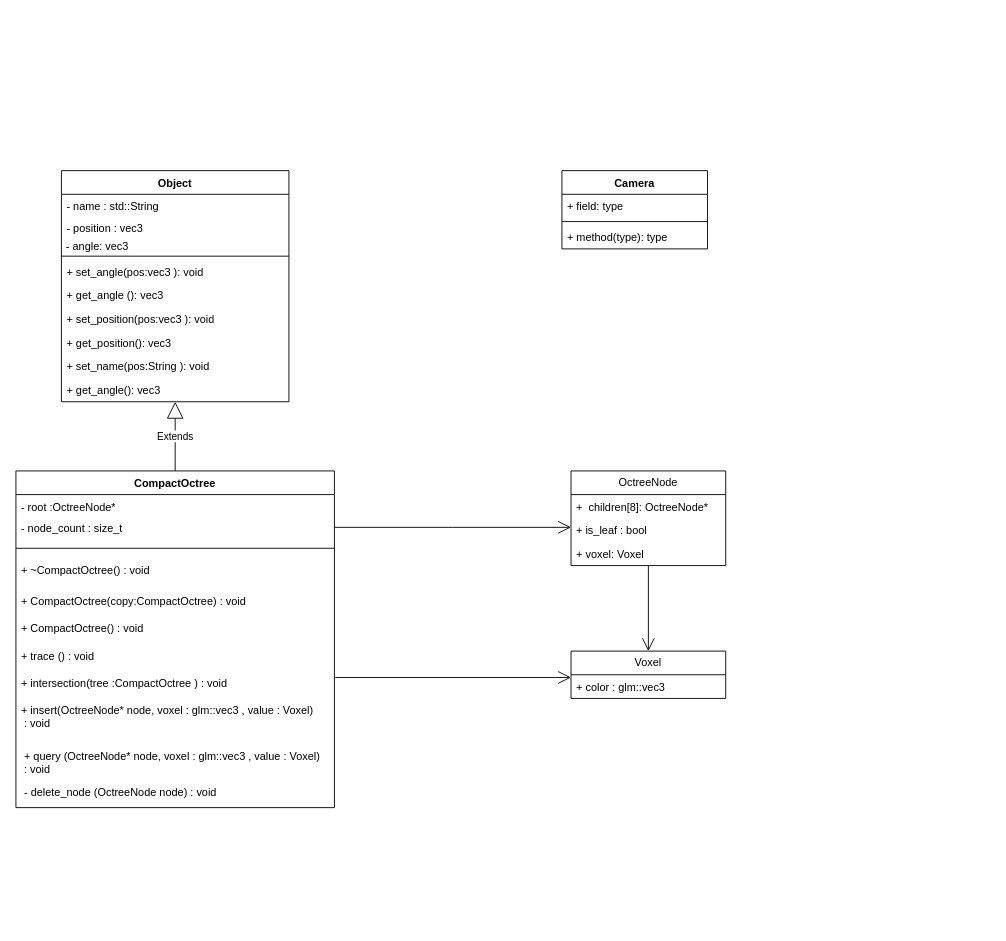
The draw.io diagram page "Core" (1 of 4) of doc/VoxelEngine.drawio in cpp-park-vk-education/2023_1_Blockify, before the edit. Source tidied: cells renumbered, new cells numbered last; positions are measured from the earlier drawing's top-left corner, leaving out a move shared by most shapes. Both pictures are drawn from the tidied source at 91%, with x=0, y=0 at pixel (15, 170).
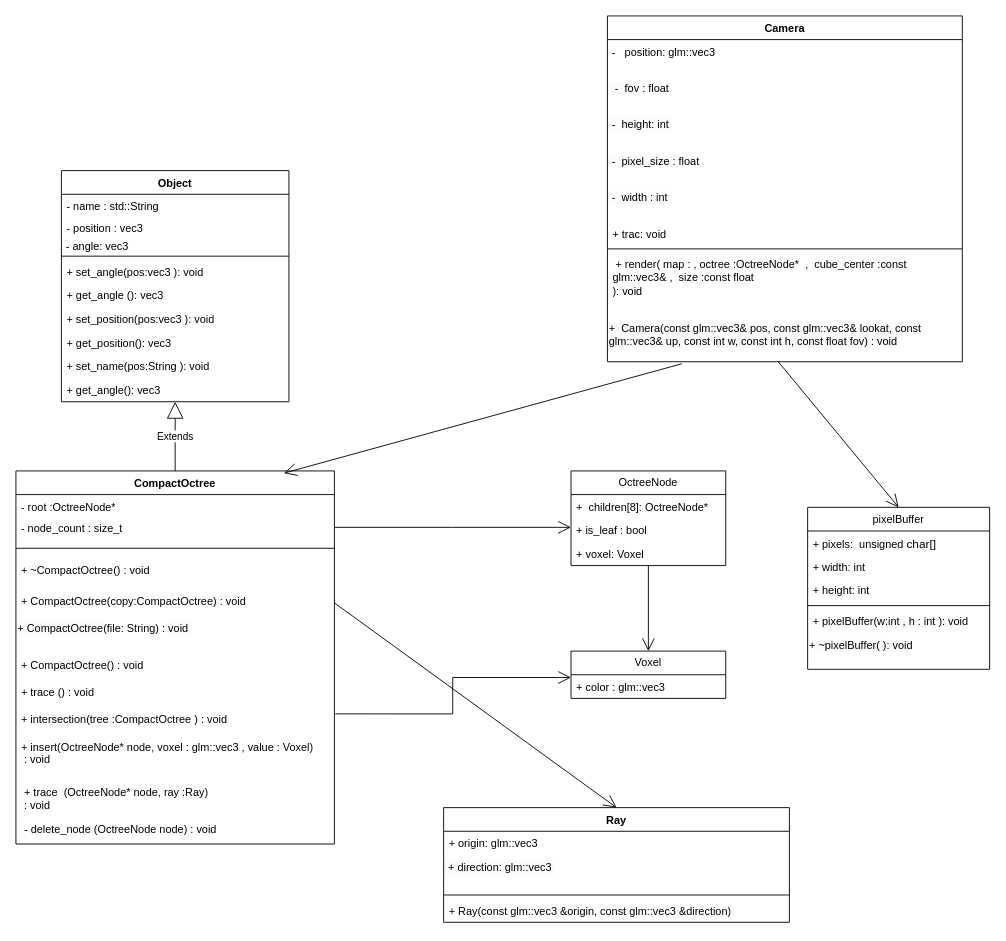
Above is the later version.

The change refers to these unchanged cells:
```xml
<mxCell id="7" value="+ CompactOctree(copy:CompactOctree) :&amp;nbsp;void&amp;nbsp;" style="text;strokeColor=none;fillColor=none;align=left;verticalAlign=top;spacingLeft=4;spacingRight=4;overflow=hidden;points=[[0,0.5],[1,0.5]];portConstraint=eastwest;whiteSpace=wrap;html=1;" parent="2" vertex="1">
  <mxGeometry y="130" width="350" height="30" as="geometry" />
</mxCell>
```

What changed in the source:
```diff
@@
     <mxCell id="2" value="CompactOctree" style="swimlane;fontStyle=1;align=center;verticalAlign=top;horizontal=1;startSize=26;whiteSpace=wrap;html=1;" parent="1" vertex="1">
-      <mxGeometry y="330" width="350" height="370" as="geometry" />
+      <mxGeometry y="330" width="350" height="410" as="geometry" />
     </mxCell>
@@
+    <mxCell id="39" value="&lt;span style=&quot;color: rgb(0, 0, 0); font-family: Helvetica; font-size: 12px; font-style: normal; font-variant-ligatures: normal; font-variant-caps: normal; font-weight: 400; letter-spacing: normal; orphans: 2; text-align: left; text-indent: 0px; text-transform: none; widows: 2; word-spacing: 0px; -webkit-text-stroke-width: 0px; background-color: rgb(251, 251, 251); text-decoration-thickness: initial; text-decoration-style: initial; text-decoration-color: initial; float: none; display: inline !important;&quot;&gt;+&amp;nbsp;CompactOctree&lt;/span&gt;&lt;span style=&quot;border-color: var(--border-color); color: rgb(0, 0, 0); font-family: Helvetica; font-size: 12px; font-style: normal; font-variant-ligatures: normal; font-variant-caps: normal; font-weight: 400; letter-spacing: normal; orphans: 2; text-align: left; text-indent: 0px; text-transform: none; widows: 2; word-spacing: 0px; -webkit-text-stroke-width: 0px; background-color: initial; text-decoration-thickness: initial; text-decoration-style: initial; text-decoration-color: initial;&quot;&gt;(file: String) :&amp;nbsp;&lt;/span&gt;&lt;span style=&quot;color: rgb(0, 0, 0); font-family: Helvetica; font-size: 12px; font-style: normal; font-variant-ligatures: normal; font-variant-caps: normal; font-weight: 400; letter-spacing: normal; orphans: 2; text-align: left; text-indent: 0px; text-transform: none; widows: 2; word-spacing: 0px; -webkit-text-stroke-width: 0px; background-color: rgb(251, 251, 251); text-decoration-thickness: initial; text-decoration-style: initial; text-decoration-color: initial; float: none; display: inline !important;&quot;&gt;void&amp;nbsp;&lt;/span&gt;" style="text;whiteSpace=wrap;html=1;" parent="2" vertex="1">
+      <mxGeometry y="160" width="350" height="40" as="geometry" />
+    </mxCell>
     <mxCell id="8" value="+&amp;nbsp;CompactOctree&lt;span style=&quot;background-color: initial;&quot;&gt;() :&amp;nbsp;&lt;/span&gt;void&amp;nbsp;" style="text;strokeColor=none;fillColor=none;align=left;verticalAlign=top;spacingLeft=4;spacingRight=4;overflow=hidden;whiteSpace=wrap;html=1;" parent="2" vertex="1">
-      <mxGeometry y="160" width="350" height="30" as="geometry" />
+      <mxGeometry y="200" width="350" height="30" as="geometry" />
     </mxCell>
     <mxCell id="9" value="+ trace&amp;nbsp;&lt;span style=&quot;background-color: initial;&quot;&gt;() :&amp;nbsp;&lt;/span&gt;void&amp;nbsp;" style="text;strokeColor=none;fillColor=none;align=left;verticalAlign=top;spacingLeft=4;spacingRight=4;overflow=hidden;whiteSpace=wrap;html=1;" parent="2" vertex="1">
-      <mxGeometry y="190" width="350" height="30" as="geometry" />
+      <mxGeometry y="230" width="350" height="30" as="geometry" />
     </mxCell>
     <mxCell id="10" value="+&amp;nbsp;intersection&lt;span style=&quot;background-color: initial;&quot;&gt;(tree :CompactOctree&amp;nbsp;) :&amp;nbsp;&lt;/span&gt;&lt;span style=&quot;background-color: initial;&quot;&gt;void&amp;nbsp;&lt;/span&gt;" style="text;strokeColor=none;fillColor=none;align=left;verticalAlign=top;spacingLeft=4;spacingRight=4;overflow=hidden;points=[[0,0.5],[1,0.5]];portConstraint=eastwest;whiteSpace=wrap;html=1;" parent="2" vertex="1">
-      <mxGeometry y="220" width="350" height="30" as="geometry" />
+      <mxGeometry y="260" width="350" height="30" as="geometry" />
     </mxCell>
     <mxCell id="11" value="+&amp;nbsp;&lt;span style=&quot;background-color: initial;&quot;&gt;insert(OctreeNode* node, voxel : glm::vec3 , value : Voxel)&lt;br&gt;&amp;nbsp;:&amp;nbsp;&lt;/span&gt;void&amp;nbsp;" style="text;strokeColor=none;fillColor=none;align=left;verticalAlign=top;spacingLeft=4;spacingRight=4;overflow=hidden;whiteSpace=wrap;html=1;" parent="2" vertex="1">
-      <mxGeometry y="250" width="350" height="50" as="geometry" />
+      <mxGeometry y="290" width="350" height="50" as="geometry" />
     </mxCell>
-    <mxCell id="12" value="&amp;nbsp;+&amp;nbsp;query&amp;nbsp;(OctreeNode* node, voxel : glm::vec3 , value : Voxel)&lt;br style=&quot;border-color: var(--border-color);&quot;&gt;&amp;nbsp;:&amp;nbsp;void&amp;nbsp;" style="text;strokeColor=none;fillColor=none;align=left;verticalAlign=top;spacingLeft=4;spacingRight=4;overflow=hidden;whiteSpace=wrap;html=1;" parent="2" vertex="1">
-      <mxGeometry y="300" width="350" height="40" as="geometry" />
+    <mxCell id="12" value="&amp;nbsp;+ trace&amp;nbsp; (OctreeNode* node, ray :Ray)&lt;br style=&quot;border-color: var(--border-color);&quot;&gt;&amp;nbsp;:&amp;nbsp;void&amp;nbsp;" style="text;strokeColor=none;fillColor=none;align=left;verticalAlign=top;spacingLeft=4;spacingRight=4;overflow=hidden;whiteSpace=wrap;html=1;" parent="2" vertex="1">
+      <mxGeometry y="340" width="350" height="40" as="geometry" />
     </mxCell>
     <mxCell id="13" value="&amp;nbsp;-&amp;nbsp;delete_node&amp;nbsp;&lt;span style=&quot;background-color: initial;&quot;&gt;(OctreeNode node)&lt;/span&gt;&amp;nbsp;:&amp;nbsp;void&amp;nbsp;&lt;span style=&quot;background-color: initial;&quot;&gt;&lt;br&gt;&lt;/span&gt;" style="text;strokeColor=none;fillColor=none;align=left;verticalAlign=top;spacingLeft=4;spacingRight=4;overflow=hidden;whiteSpace=wrap;html=1;" parent="2" vertex="1">
-      <mxGeometry y="340" width="350" height="30" as="geometry" />
+      <mxGeometry y="380" width="350" height="30" as="geometry" />
     </mxCell>
@@
     <mxCell id="34" value="Camera" style="swimlane;fontStyle=1;align=center;verticalAlign=top;horizontal=1;startSize=26;whiteSpace=wrap;html=1;" parent="1" vertex="1">
-      <mxGeometry x="600" width="160" height="86" as="geometry" />
+      <mxGeometry x="650" y="-170" width="390" height="380" as="geometry" />
     </mxCell>
+    <mxCell id="40" value="&amp;nbsp;-&amp;nbsp; &amp;nbsp;position: glm::vec3" style="text;whiteSpace=wrap;html=1;" parent="34" vertex="1">
+      <mxGeometry y="26" width="390" height="40" as="geometry" />
+    </mxCell>
+    <mxCell id="41" value="&lt;span style=&quot;color: rgb(0, 0, 0); font-family: Helvetica; font-size: 12px; font-style: normal; font-variant-ligatures: normal; font-variant-caps: normal; font-weight: 400; letter-spacing: normal; orphans: 2; text-align: left; text-indent: 0px; text-transform: none; widows: 2; word-spacing: 0px; -webkit-text-stroke-width: 0px; background-color: rgb(251, 251, 251); text-decoration-thickness: initial; text-decoration-style: initial; text-decoration-color: initial; float: none; display: inline !important;&quot;&gt;&amp;nbsp; -&amp;nbsp; fov :&amp;nbsp;&lt;/span&gt;float" style="text;whiteSpace=wrap;html=1;" parent="34" vertex="1">
+      <mxGeometry y="66" width="390" height="40" as="geometry" />
+    </mxCell>
+    <mxCell id="42" value="&lt;span style=&quot;color: rgb(0, 0, 0); font-family: Helvetica; font-size: 12px; font-style: normal; font-variant-ligatures: normal; font-variant-caps: normal; font-weight: 400; letter-spacing: normal; orphans: 2; text-align: left; text-indent: 0px; text-transform: none; widows: 2; word-spacing: 0px; -webkit-text-stroke-width: 0px; background-color: rgb(251, 251, 251); text-decoration-thickness: initial; text-decoration-style: initial; text-decoration-color: initial; float: none; display: inline !important;&quot;&gt;&lt;span&gt;&amp;nbsp;-&amp;nbsp;&lt;/span&gt;&amp;nbsp;height:&amp;nbsp;int&amp;nbsp;&lt;/span&gt;" style="text;whiteSpace=wrap;html=1;" parent="34" vertex="1">
+      <mxGeometry y="106" width="390" height="40" as="geometry" />
+    </mxCell>
+    <mxCell id="43" value="&lt;span style=&quot;color: rgb(0, 0, 0); font-family: Helvetica; font-size: 12px; font-style: normal; font-variant-ligatures: normal; font-variant-caps: normal; font-weight: 400; letter-spacing: normal; orphans: 2; text-align: left; text-indent: 0px; text-transform: none; widows: 2; word-spacing: 0px; -webkit-text-stroke-width: 0px; background-color: rgb(251, 251, 251); text-decoration-thickness: initial; text-decoration-style: initial; text-decoration-color: initial; float: none; display: inline !important;&quot;&gt;&amp;nbsp;-&amp;nbsp; pixel_size :&amp;nbsp;&lt;/span&gt;float&amp;nbsp;" style="text;whiteSpace=wrap;html=1;" parent="34" vertex="1">
+      <mxGeometry y="146" width="390" height="40" as="geometry" />
+    </mxCell>
+    <mxCell id="44" value="&lt;span style=&quot;color: rgb(0, 0, 0); font-family: Helvetica; font-size: 12px; font-style: normal; font-variant-ligatures: normal; font-variant-caps: normal; font-weight: 400; letter-spacing: normal; orphans: 2; text-align: left; text-indent: 0px; text-transform: none; widows: 2; word-spacing: 0px; -webkit-text-stroke-width: 0px; background-color: rgb(251, 251, 251); text-decoration-thickness: initial; text-decoration-style: initial; text-decoration-color: initial; float: none; display: inline !important;&quot;&gt;&amp;nbsp;-&amp;nbsp; width : int&lt;/span&gt;" style="text;whiteSpace=wrap;html=1;" parent="34" vertex="1">
+      <mxGeometry y="186" width="390" height="40" as="geometry" />
+    </mxCell>
-    <mxCell id="35" value="+ field: type" style="text;strokeColor=none;fillColor=none;align=left;verticalAlign=top;spacingLeft=4;spacingRight=4;overflow=hidden;whiteSpace=wrap;html=1;" parent="34" vertex="1">
-      <mxGeometry y="26" width="160" height="26" as="geometry" />
+    <mxCell id="35" value="+ trac: void" style="text;strokeColor=none;fillColor=none;align=left;verticalAlign=top;spacingLeft=4;spacingRight=4;overflow=hidden;whiteSpace=wrap;html=1;" parent="34" vertex="1">
+      <mxGeometry y="226" width="390" height="26" as="geometry" />
     </mxCell>
     <mxCell id="36" style="line;strokeWidth=1;fillColor=none;align=left;verticalAlign=middle;spacingTop=-1;spacingLeft=3;spacingRight=3;labelPosition=right;strokeColor=inherit;" parent="34" vertex="1">
-      <mxGeometry y="52" width="160" height="8" as="geometry" />
+      <mxGeometry y="252" width="390" height="8" as="geometry" />
     </mxCell>
-    <mxCell id="37" value="+ method(type): type" style="text;strokeColor=none;fillColor=none;align=left;verticalAlign=top;spacingLeft=4;spacingRight=4;overflow=hidden;whiteSpace=wrap;html=1;" parent="34" vertex="1">
-      <mxGeometry y="60" width="160" height="26" as="geometry" />
+    <mxCell id="37" value="&amp;nbsp;+ render( map : , octree :OctreeNode*&amp;nbsp;&amp;nbsp;,&amp;nbsp; cube_center :const glm::vec3&amp;amp;&amp;nbsp;,&amp;nbsp; size :const float&amp;nbsp;&lt;br&gt;): void&lt;br&gt;&amp;nbsp;&lt;span style=&quot;background-color: initial;&quot;&gt;&lt;br&gt;&lt;/span&gt;" style="text;strokeColor=none;fillColor=none;align=left;verticalAlign=top;spacingLeft=4;spacingRight=4;overflow=hidden;whiteSpace=wrap;html=1;" parent="34" vertex="1">
+      <mxGeometry y="260" width="390" height="70" as="geometry" />
     </mxCell>
+    <mxCell id="45" value="&lt;span style=&quot;color: rgb(0, 0, 0); font-family: Helvetica; font-size: 12px; font-style: normal; font-variant-ligatures: normal; font-variant-caps: normal; font-weight: 400; letter-spacing: normal; orphans: 2; text-align: left; text-indent: 0px; text-transform: none; widows: 2; word-spacing: 0px; -webkit-text-stroke-width: 0px; background-color: rgb(251, 251, 251); text-decoration-thickness: initial; text-decoration-style: initial; text-decoration-color: initial; float: none; display: inline !important;&quot;&gt;+&amp;nbsp;&amp;nbsp;Camera(const glm::vec3&amp;amp; pos, const glm::vec3&amp;amp; lookat, const glm::vec3&amp;amp; up, const int w, const int h, const float fov) : void&lt;/span&gt;" style="text;whiteSpace=wrap;html=1;" parent="34" vertex="1">
+      <mxGeometry y="330" width="390" height="50" as="geometry" />
+    </mxCell>
@@
+    <mxCell id="46" value="Ray" style="swimlane;fontStyle=1;align=center;verticalAlign=top;horizontal=1;startSize=26;whiteSpace=wrap;html=1;" parent="1" vertex="1">
+      <mxGeometry x="470" y="700" width="380" height="126" as="geometry" />
+    </mxCell>
+    <mxCell id="47" value="+ origin: glm::vec3&amp;nbsp;&lt;div&gt;&amp;nbsp;&amp;nbsp;&lt;/div&gt;" style="text;strokeColor=none;fillColor=none;align=left;verticalAlign=top;spacingLeft=4;spacingRight=4;overflow=hidden;whiteSpace=wrap;html=1;" parent="46" vertex="1">
+      <mxGeometry y="26" width="380" height="26" as="geometry" />
+    </mxCell>
+    <mxCell id="48" value="&lt;span style=&quot;color: rgb(0, 0, 0); font-family: Helvetica; font-size: 12px; font-style: normal; font-variant-ligatures: normal; font-variant-caps: normal; font-weight: 400; letter-spacing: normal; orphans: 2; text-align: left; text-indent: 0px; text-transform: none; widows: 2; word-spacing: 0px; -webkit-text-stroke-width: 0px; background-color: rgb(251, 251, 251); text-decoration-thickness: initial; text-decoration-style: initial; text-decoration-color: initial; float: none; display: inline !important;&quot;&gt;&amp;nbsp;+ direction:&amp;nbsp;glm::vec3&amp;nbsp;&lt;/span&gt;" style="text;whiteSpace=wrap;html=1;" parent="46" vertex="1">
+      <mxGeometry y="52" width="380" height="40" as="geometry" />
+    </mxCell>
+    <mxCell id="49" style="line;strokeWidth=1;fillColor=none;align=left;verticalAlign=middle;spacingTop=-1;spacingLeft=3;spacingRight=3;labelPosition=right;strokeColor=inherit;" parent="46" vertex="1">
+      <mxGeometry y="92" width="380" height="8" as="geometry" />
+    </mxCell>
+    <mxCell id="50" value="+&amp;nbsp;Ray(const glm::vec3 &amp;amp;origin, const glm::vec3 &amp;amp;direction)" style="text;strokeColor=none;fillColor=none;align=left;verticalAlign=top;spacingLeft=4;spacingRight=4;overflow=hidden;whiteSpace=wrap;html=1;" parent="46" vertex="1">
+      <mxGeometry y="100" width="380" height="26" as="geometry" />
+    </mxCell>
+    <mxCell id="51" value="&lt;pre style=&quot;margin-top: 0px; margin-bottom: calc(1.5em); padding: var(--su12); border: 0px; font-variant-numeric: inherit; font-variant-east-asian: inherit; font-variant-alternates: inherit; font-weight: 400; font-stretch: inherit; line-height: var(--lh-md); font-family: var(--ff-mono); font-optical-sizing: inherit; font-kerning: inherit; font-feature-settings: inherit; font-variation-settings: inherit; font-size: var(--fs-body1); vertical-align: baseline; box-sizing: inherit; width: auto; max-height: 600px; overflow: auto; background-color: var(--highlight-bg); border-radius: var(--br-md); --_cb-line-numbers-bg:var(--black-050); color: var(--highlight-color); overflow-wrap: normal; text-align: left;&quot; class=&quot;lang-cpp s-code-block&quot;&gt;&lt;code style=&quot;margin: 0px; padding: 0px; border: 0px; font-style: inherit; font-variant: inherit; font-weight: inherit; font-stretch: inherit; line-height: inherit; font-family: inherit; font-optical-sizing: inherit; font-kerning: inherit; font-feature-settings: inherit; font-variation-settings: inherit; font-size: var(--_pr-code-fs); vertical-align: baseline; box-sizing: inherit; background-color: transparent;&quot; class=&quot;hljs language-cpp&quot;&gt;pixelBuffer&lt;/code&gt;&lt;/pre&gt;" style="swimlane;fontStyle=1;align=center;verticalAlign=top;horizontal=1;startSize=26;whiteSpace=wrap;html=1;" parent="1" vertex="1">
+      <mxGeometry x="870" y="370" width="200" height="178" as="geometry" />
+    </mxCell>
+    <mxCell id="52" value="+ pixels:&amp;nbsp;&amp;nbsp;unsigned&amp;nbsp;&lt;span style=&quot;border: 0px; color: var(--highlight-namespace); font-family: inherit; font-style: inherit; font-variant: inherit; font-weight: inherit; background-color: transparent; margin: 0px; padding: 0px; font-stretch: inherit; line-height: inherit; font-optical-sizing: inherit; font-kerning: inherit; font-feature-settings: inherit; font-variation-settings: inherit; font-size: 13px; vertical-align: baseline; box-sizing: inherit;&quot; class=&quot;hljs-type&quot;&gt;char[]&lt;/span&gt;" style="text;strokeColor=none;fillColor=none;align=left;verticalAlign=top;spacingLeft=4;spacingRight=4;overflow=hidden;whiteSpace=wrap;html=1;" parent="51" vertex="1">
+      <mxGeometry y="26" width="200" height="26" as="geometry" />
+    </mxCell>
+    <mxCell id="53" value="+ width&lt;span style=&quot;background-color: initial;&quot;&gt;: int&lt;/span&gt;" style="text;strokeColor=none;fillColor=none;align=left;verticalAlign=top;spacingLeft=4;spacingRight=4;overflow=hidden;whiteSpace=wrap;html=1;" parent="51" vertex="1">
+      <mxGeometry y="52" width="200" height="26" as="geometry" />
+    </mxCell>
+    <mxCell id="54" value="+ height&lt;span style=&quot;background-color: initial;&quot;&gt;: int&lt;/span&gt;" style="text;strokeColor=none;fillColor=none;align=left;verticalAlign=top;spacingLeft=4;spacingRight=4;overflow=hidden;whiteSpace=wrap;html=1;" parent="51" vertex="1">
+      <mxGeometry y="78" width="200" height="26" as="geometry" />
+    </mxCell>
+    <mxCell id="55" style="line;strokeWidth=1;fillColor=none;align=left;verticalAlign=middle;spacingTop=-1;spacingLeft=3;spacingRight=3;labelPosition=right;strokeColor=inherit;" parent="51" vertex="1">
+      <mxGeometry y="104" width="200" height="8" as="geometry" />
+    </mxCell>
+    <mxCell id="56" value="+&amp;nbsp;pixelBuffer(w:int , h : int&amp;nbsp;&lt;span style=&quot;background-color: initial;&quot;&gt;): void&lt;/span&gt;" style="text;strokeColor=none;fillColor=none;align=left;verticalAlign=top;spacingLeft=4;spacingRight=4;overflow=hidden;whiteSpace=wrap;html=1;" parent="51" vertex="1">
+      <mxGeometry y="112" width="200" height="26" as="geometry" />
+    </mxCell>
+    <mxCell id="57" value="&lt;span style=&quot;color: rgb(0, 0, 0); font-family: Helvetica; font-size: 12px; font-style: normal; font-variant-ligatures: normal; font-variant-caps: normal; font-weight: 400; letter-spacing: normal; orphans: 2; text-align: left; text-indent: 0px; text-transform: none; widows: 2; word-spacing: 0px; -webkit-text-stroke-width: 0px; background-color: rgb(251, 251, 251); text-decoration-thickness: initial; text-decoration-style: initial; text-decoration-color: initial; float: none; display: inline !important;&quot;&gt;+ ~pixelBuffer(&amp;nbsp;&lt;/span&gt;&lt;span style=&quot;border-color: var(--border-color); color: rgb(0, 0, 0); font-family: Helvetica; font-size: 12px; font-style: normal; font-variant-ligatures: normal; font-variant-caps: normal; font-weight: 400; letter-spacing: normal; orphans: 2; text-align: left; text-indent: 0px; text-transform: none; widows: 2; word-spacing: 0px; -webkit-text-stroke-width: 0px; background-color: initial; text-decoration-thickness: initial; text-decoration-style: initial; text-decoration-color: initial;&quot;&gt;): void&lt;/span&gt;" style="text;whiteSpace=wrap;html=1;" parent="51" vertex="1">
+      <mxGeometry y="138" width="200" height="40" as="geometry" />
+    </mxCell>
+    <mxCell id="58" style="endArrow=open;endFill=1;endSize=12;html=1;rounded=0;exitX=1;exitY=0.5;exitDx=0;exitDy=0;entryX=0.5;entryY=0;entryDx=0;entryDy=0;" parent="1" edge="1" source="7" target="46">
+      <mxGeometry relative="1" as="geometry" />
+    </mxCell>
+    <mxCell id="59" style="endArrow=open;endFill=1;endSize=12;html=1;rounded=0;entryX=0.5;entryY=0;entryDx=0;entryDy=0;exitX=0.481;exitY=0.996;exitDx=0;exitDy=0;exitPerimeter=0;" parent="1" edge="1" source="45" target="51">
+      <mxGeometry relative="1" as="geometry" />
+    </mxCell>
+    <mxCell id="60" style="endArrow=open;endFill=1;endSize=12;html=1;rounded=0;entryX=0.841;entryY=0.006;entryDx=0;entryDy=0;entryPerimeter=0;exitX=0.21;exitY=1.044;exitDx=0;exitDy=0;exitPerimeter=0;" parent="1" edge="1" source="45" target="2">
+      <mxGeometry relative="1" as="geometry" />
+    </mxCell>
```
